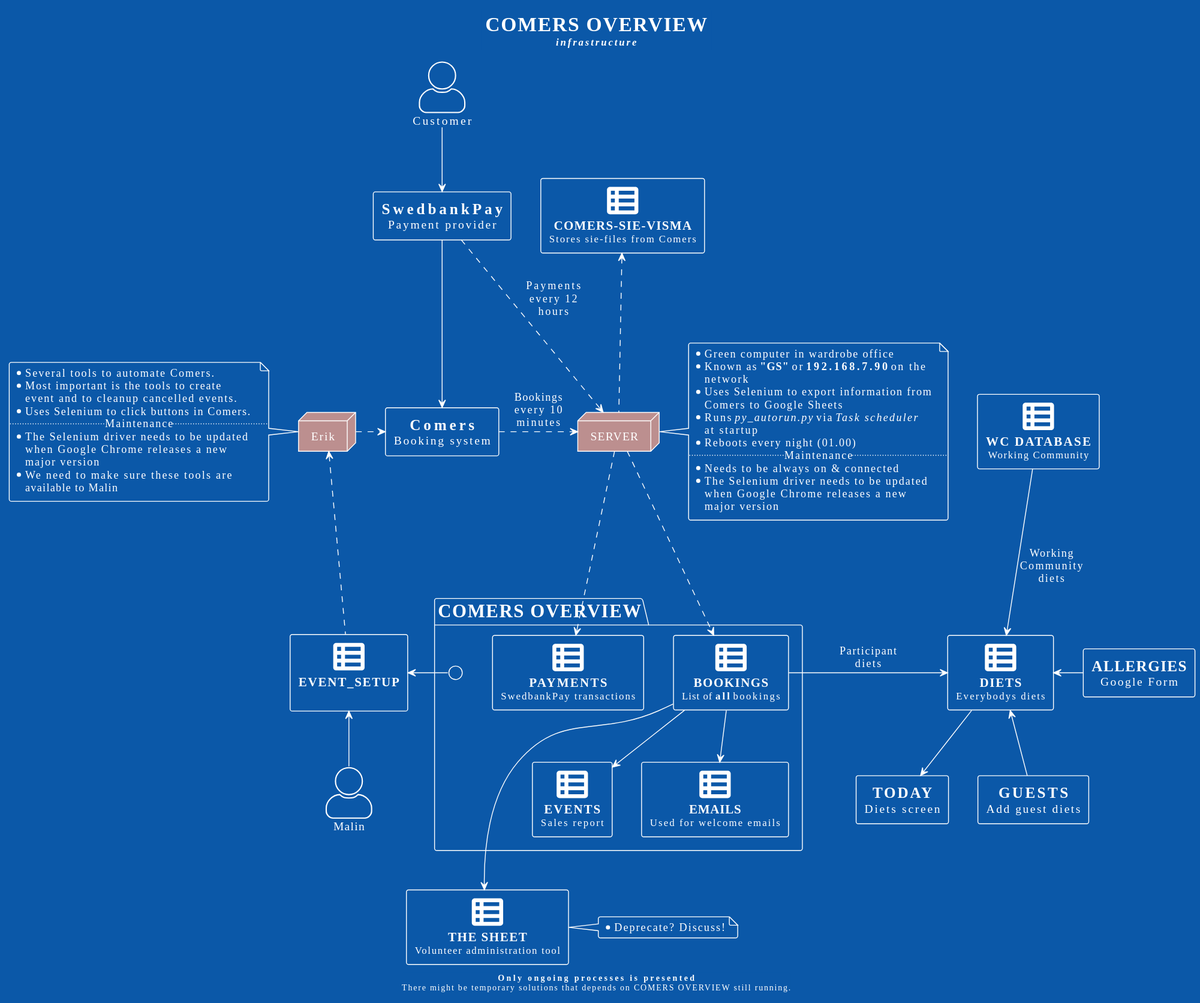
The PlantUML diagram docs/diagrams/out/overview.svg in begabba/docs-comers, before a commit.
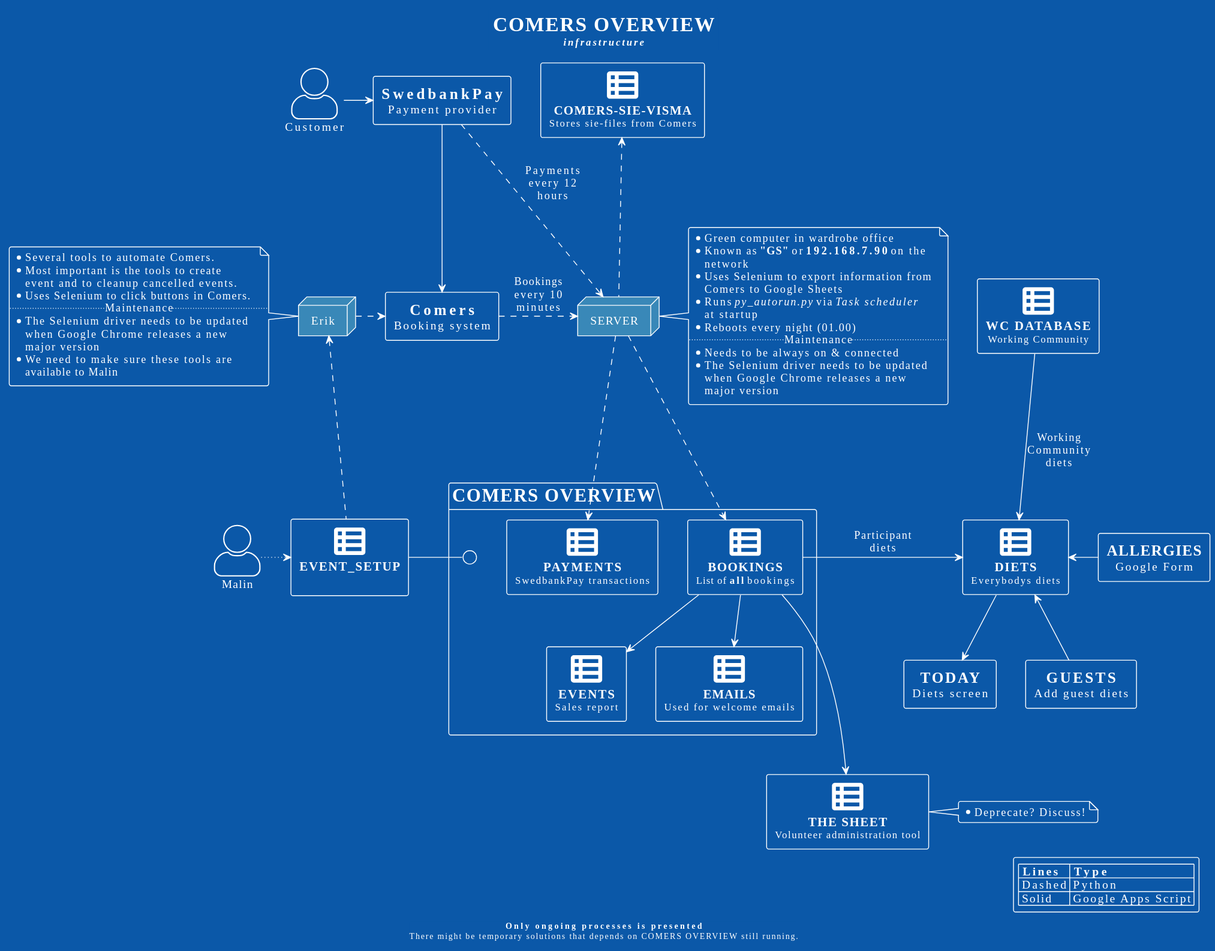
After the change.

Diff of the diagram source:
```diff
@@ -7,16 +7,21 @@
 skinparam wrapWidth 270
 
 <style>
-rectangle {
-  HorizontalAlignment center
-}
-node {
-  backgroundColor RosyBrown
-  borderColor orange
-}
+  rectangle {
+    HorizontalAlignment center
+  }
+  node {
+    backgroundColor #3988B8
+  }
 </style>
+
 title ==COMERS OVERVIEW\n<size:12>//infrastructure//</size>
 footer **Only ongoing processes is presented**\nThere might be temporary solutions that depends on COMERS OVERVIEW still running.
+legend right
+|= Lines|= Type |
+| Dashed | Python |
+| Solid | Google Apps Script |
+endlegend
 
 !unquoted procedure $Sheet($alias, $title, $description="")
   rectangle $alias [
@@ -40,16 +45,6 @@
 rectangle "=TODAY\nDiets screen" as TODAY
 rectangle "=GUESTS\nAdd guest diets" as GUESTS
 node SERVER
-note right
-*Green computer in wardrobe office
-*Known as **"GS"** or **192.168.7.90** on the network
-*Uses Selenium to export information from Comers to Google Sheets
-*Runs //py_autorun.py// via //Task scheduler// at startup
-*Reboots every night (01.00)
-..Maintenance..
-*Needs to be always on & connected
-*The Selenium driver needs to be updated when Google Chrome releases a new major version
-end note
 $Sheet(DIETS,DIETS,Everybodys diets)
 $Sheet(SIE,COMERS-SIE-VISMA,"Stores sie-files from Comers")
 $Sheet(WCD,WC DATABASE,Working Community)
@@ -60,16 +55,8 @@
 actor "Customer" as CUSTOMER
 actor "Malin" as MALIN
 node "Erik" as ERIK
-note left
-*Several tools to automate Comers.
-*Most important is the tools to create event and to cleanup cancelled events.
-*Uses Selenium to click buttons in Comers.
-..Maintenance..
-*The Selenium driver needs to be updated when Google Chrome releases a new major version
-*We need to make sure these tools are available to Malin
-end note
 
-CUSTOMER -down-> SWEDBANKPAY
+CUSTOMER -right-> SWEDBANKPAY
 SWEDBANKPAY -down-> COMERS
 COMERS -.right.> SERVER: Bookings\nevery 10\nminutes
 SWEDBANKPAY -.right.> SERVER: Payments\nevery 12\nhours
@@ -83,9 +70,28 @@
 ALLERGIES -left-> DIETS
 TODAY <-up- DIETS
 GUESTS -up-> DIETS
-LINK -> SETUP
-MALIN -up-> SETUP
+LINK -left- SETUP
+MALIN -[dotted]> SETUP
 SETUP .up.> ERIK
 ERIK .> COMERS
 BOOKINGS -down--> THESHEET
+
+note left of ERIK
+*Several tools to automate Comers.
+*Most important is the tools to create event and to cleanup cancelled events.
+*Uses Selenium to click buttons in Comers.
+..Maintenance..
+*The Selenium driver needs to be updated when Google Chrome releases a new major version
+*We need to make sure these tools are available to Malin
+end note
+note right of SERVER
+*Green computer in wardrobe office
+*Known as **"GS"** or **192.168.7.90** on the network
+*Uses Selenium to export information from Comers to Google Sheets
+*Runs //py_autorun.py// via //Task scheduler// at startup
+*Reboots every night (01.00)
+..Maintenance..
+*Needs to be always on & connected
+*The Selenium driver needs to be updated when Google Chrome releases a new major version
+end note
 @enduml
```
